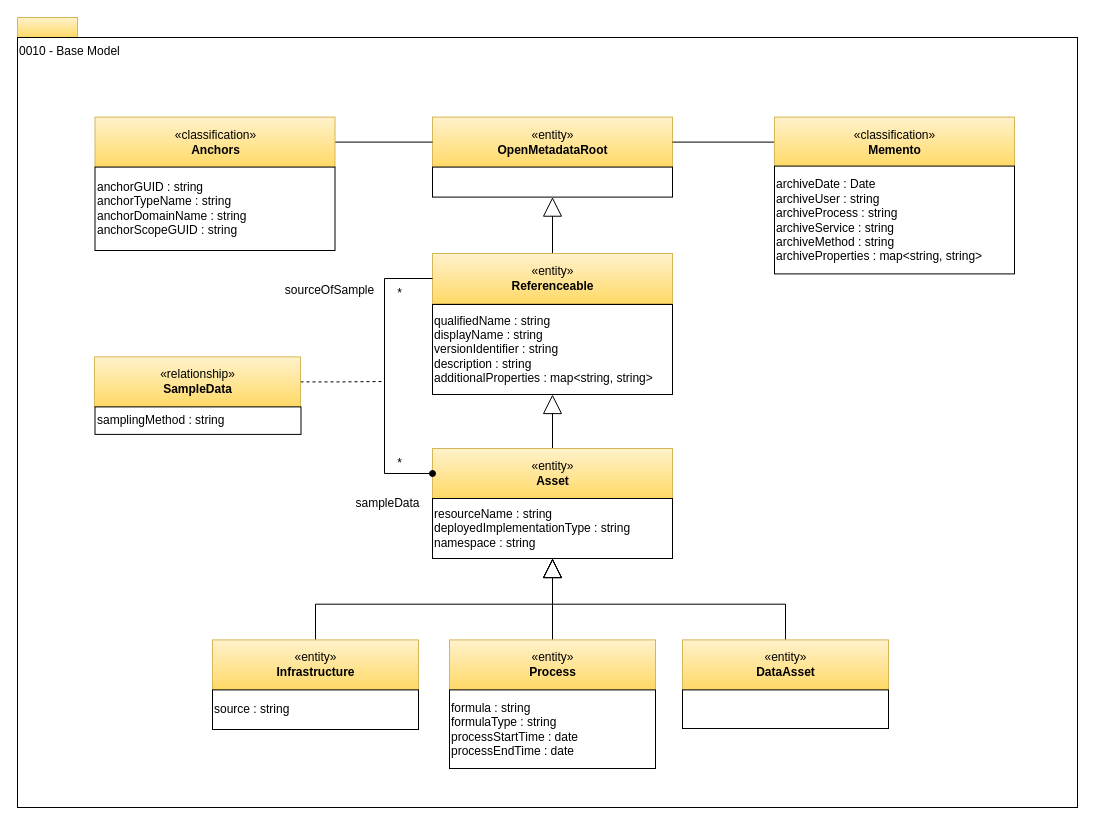
odpi/egeria-docs keeps this draw.io diagram as page "0010-Base-Model" (3 of 31) of site/docs/types/0/area-0-basic-types-and-infrastructure.drawio. Above is the earlier version. Source tidied: cells renumbered, new cells numbered last; positions are measured from the earlier drawing's top-left corner, leaving out a move shared by most shapes. Both pictures are drawn from the tidied source at 100%, with x=0, y=0 at pixel (17, 17).
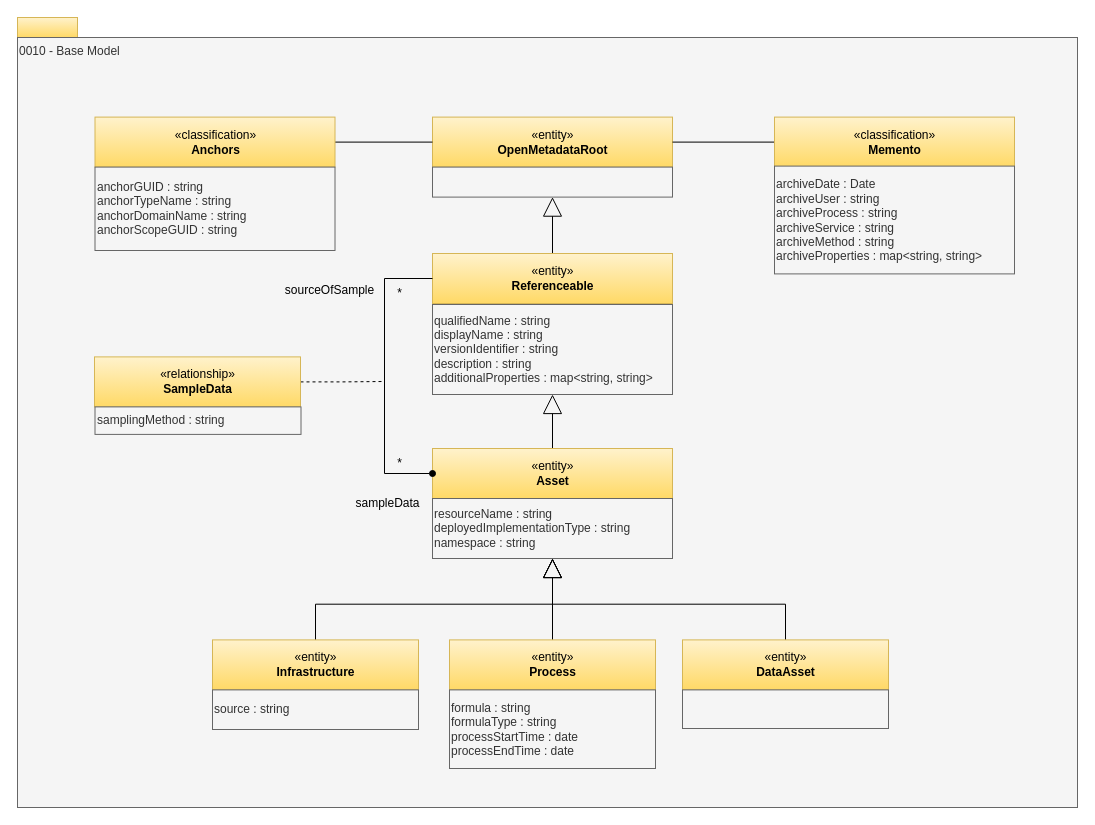
After the change.

What changed in the source:
```diff
@@
-    <mxCell id="3" value="0010 - Base Model" style="rounded=0;whiteSpace=wrap;html=1;align=left;verticalAlign=top;" parent="1" vertex="1">
+    <mxCell id="3" value="0010 - Base Model" style="rounded=0;whiteSpace=wrap;html=1;align=left;verticalAlign=top;fillColor=#f5f5f5;fontColor=#333333;strokeColor=#666666;" parent="1" vertex="1">
       <mxGeometry y="20" width="1060" height="770" as="geometry" />
     </mxCell>
@@
-    <mxCell id="8" value="qualifiedName : string&lt;div&gt;displayName : string&lt;div&gt;versionIdentifier : string&lt;br&gt;description : string&lt;/div&gt;additionalProperties : map&amp;lt;string, string&amp;gt;&lt;br&gt;&lt;div style=&quot;text-align: left&quot;&gt;&lt;/div&gt;&lt;/div&gt;" style="rounded=0;whiteSpace=wrap;html=1;strokeColor=#000000;gradientColor=#ffffff;align=left;" parent="1" vertex="1">
+    <mxCell id="8" value="qualifiedName : string&lt;div&gt;displayName : string&lt;div&gt;versionIdentifier : string&lt;br&gt;description : string&lt;/div&gt;additionalProperties : map&amp;lt;string, string&amp;gt;&lt;br&gt;&lt;div style=&quot;text-align: left&quot;&gt;&lt;/div&gt;&lt;/div&gt;" style="rounded=0;whiteSpace=wrap;html=1;strokeColor=#666666;align=left;fillColor=#f5f5f5;fontColor=#333333;" parent="1" vertex="1">
       <mxGeometry x="415" y="287" width="240" height="90" as="geometry" />
     </mxCell>
@@
-    <mxCell id="11" value="&lt;div&gt;resourceName : string&lt;br&gt;deployedImplementationType : string&lt;br&gt;&lt;div style=&quot;text-align: left&quot;&gt;&lt;/div&gt;&lt;/div&gt;&lt;div&gt;namespace : string&lt;/div&gt;" style="rounded=0;whiteSpace=wrap;html=1;strokeColor=#000000;gradientColor=#ffffff;align=left;" parent="1" vertex="1">
+    <mxCell id="11" value="&lt;div&gt;resourceName : string&lt;br&gt;deployedImplementationType : string&lt;br&gt;&lt;div style=&quot;text-align: left&quot;&gt;&lt;/div&gt;&lt;/div&gt;&lt;div&gt;namespace : string&lt;/div&gt;" style="rounded=0;whiteSpace=wrap;html=1;strokeColor=#666666;align=left;fillColor=#f5f5f5;fontColor=#333333;" parent="1" vertex="1">
       <mxGeometry x="415" y="481" width="240" height="60" as="geometry" />
     </mxCell>
@@
-    <mxCell id="14" value="formula : string&lt;br&gt;formulaType : string&lt;div&gt;processStartTime : date&lt;br&gt;processEndTime : date&lt;/div&gt;" style="rounded=0;whiteSpace=wrap;html=1;strokeColor=#000000;gradientColor=#ffffff;align=left;" parent="1" vertex="1">
+    <mxCell id="14" value="formula : string&lt;br&gt;formulaType : string&lt;div&gt;processStartTime : date&lt;br&gt;processEndTime : date&lt;/div&gt;" style="rounded=0;whiteSpace=wrap;html=1;strokeColor=#666666;align=left;fillColor=#f5f5f5;fontColor=#333333;" parent="1" vertex="1">
       <mxGeometry x="432" y="672.4" width="206" height="78.6" as="geometry" />
     </mxCell>
@@
-    <mxCell id="17" style="rounded=0;whiteSpace=wrap;html=1;strokeColor=#000000;gradientColor=#ffffff;align=left;" parent="1" vertex="1">
+    <mxCell id="17" style="rounded=0;whiteSpace=wrap;html=1;strokeColor=#666666;align=left;fillColor=#f5f5f5;fontColor=#333333;" parent="1" vertex="1">
       <mxGeometry x="665" y="672.4" width="206" height="38.6" as="geometry" />
     </mxCell>
@@
-    <mxCell id="19" value="&lt;br&gt;&lt;div style=&quot;text-align: left&quot;&gt;&lt;/div&gt;" style="rounded=0;whiteSpace=wrap;html=1;strokeColor=#000000;gradientColor=#ffffff;align=left;" parent="1" vertex="1">
+    <mxCell id="19" value="&lt;br&gt;&lt;div style=&quot;text-align: left&quot;&gt;&lt;/div&gt;" style="rounded=0;whiteSpace=wrap;html=1;strokeColor=#666666;align=left;fillColor=#f5f5f5;fontColor=#333333;" parent="1" vertex="1">
       <mxGeometry x="415" y="149.6" width="240" height="30" as="geometry" />
     </mxCell>
@@
-    <mxCell id="22" value="anchorGUID : string&lt;br&gt;anchorTypeName : string&lt;br&gt;&lt;div style=&quot;text-align: left&quot;&gt;&lt;/div&gt;&lt;div&gt;anchorDomainName : string&lt;/div&gt;&lt;div&gt;anchorScopeGUID : string&lt;/div&gt;" style="rounded=0;whiteSpace=wrap;html=1;strokeColor=#000000;gradientColor=#ffffff;align=left;" parent="1" vertex="1">
+    <mxCell id="22" value="anchorGUID : string&lt;br&gt;anchorTypeName : string&lt;br&gt;&lt;div style=&quot;text-align: left&quot;&gt;&lt;/div&gt;&lt;div&gt;anchorDomainName : string&lt;/div&gt;&lt;div&gt;anchorScopeGUID : string&lt;/div&gt;" style="rounded=0;whiteSpace=wrap;html=1;strokeColor=#666666;align=left;fillColor=#f5f5f5;fontColor=#333333;" parent="1" vertex="1">
       <mxGeometry x="77.5" y="149.6" width="240" height="83.4" as="geometry" />
     </mxCell>
@@
-    <mxCell id="25" value="archiveDate : Date&lt;br&gt;archiveUser : string&lt;br&gt;archiveProcess : string&lt;br&gt;archiveService : string&lt;br&gt;archiveMethod : string&lt;br&gt;archiveProperties : map&amp;lt;string, string&amp;gt;&lt;br&gt;&lt;div style=&quot;text-align: left&quot;&gt;&lt;/div&gt;" style="rounded=0;whiteSpace=wrap;html=1;strokeColor=#000000;gradientColor=#ffffff;align=left;" parent="1" vertex="1">
+    <mxCell id="25" value="archiveDate : Date&lt;br&gt;archiveUser : string&lt;br&gt;archiveProcess : string&lt;br&gt;archiveService : string&lt;br&gt;archiveMethod : string&lt;br&gt;archiveProperties : map&amp;lt;string, string&amp;gt;&lt;br&gt;&lt;div style=&quot;text-align: left&quot;&gt;&lt;/div&gt;" style="rounded=0;whiteSpace=wrap;html=1;strokeColor=#666666;align=left;fillColor=#f5f5f5;fontColor=#333333;" parent="1" vertex="1">
       <mxGeometry x="757" y="148.6" width="240" height="107.8" as="geometry" />
     </mxCell>
@@
-    <mxCell id="28" value="samplingMethod : string" style="rounded=0;whiteSpace=wrap;html=1;strokeColor=#000000;gradientColor=#ffffff;align=left;" parent="1" vertex="1">
+    <mxCell id="28" value="samplingMethod : string" style="rounded=0;whiteSpace=wrap;html=1;strokeColor=#666666;align=left;fillColor=#f5f5f5;fontColor=#333333;" parent="1" vertex="1">
       <mxGeometry x="77.5" y="389.4" width="206" height="27.5" as="geometry" />
     </mxCell>
@@
-    <mxCell id="34" value="source : string" style="rounded=0;whiteSpace=wrap;html=1;strokeColor=#000000;gradientColor=#ffffff;align=left;" parent="1" vertex="1">
+    <mxCell id="34" value="source : string" style="rounded=0;whiteSpace=wrap;html=1;strokeColor=#666666;align=left;fillColor=#f5f5f5;fontColor=#333333;" parent="1" vertex="1">
       <mxGeometry x="195" y="672.4" width="206" height="39.6" as="geometry" />
     </mxCell>
```
